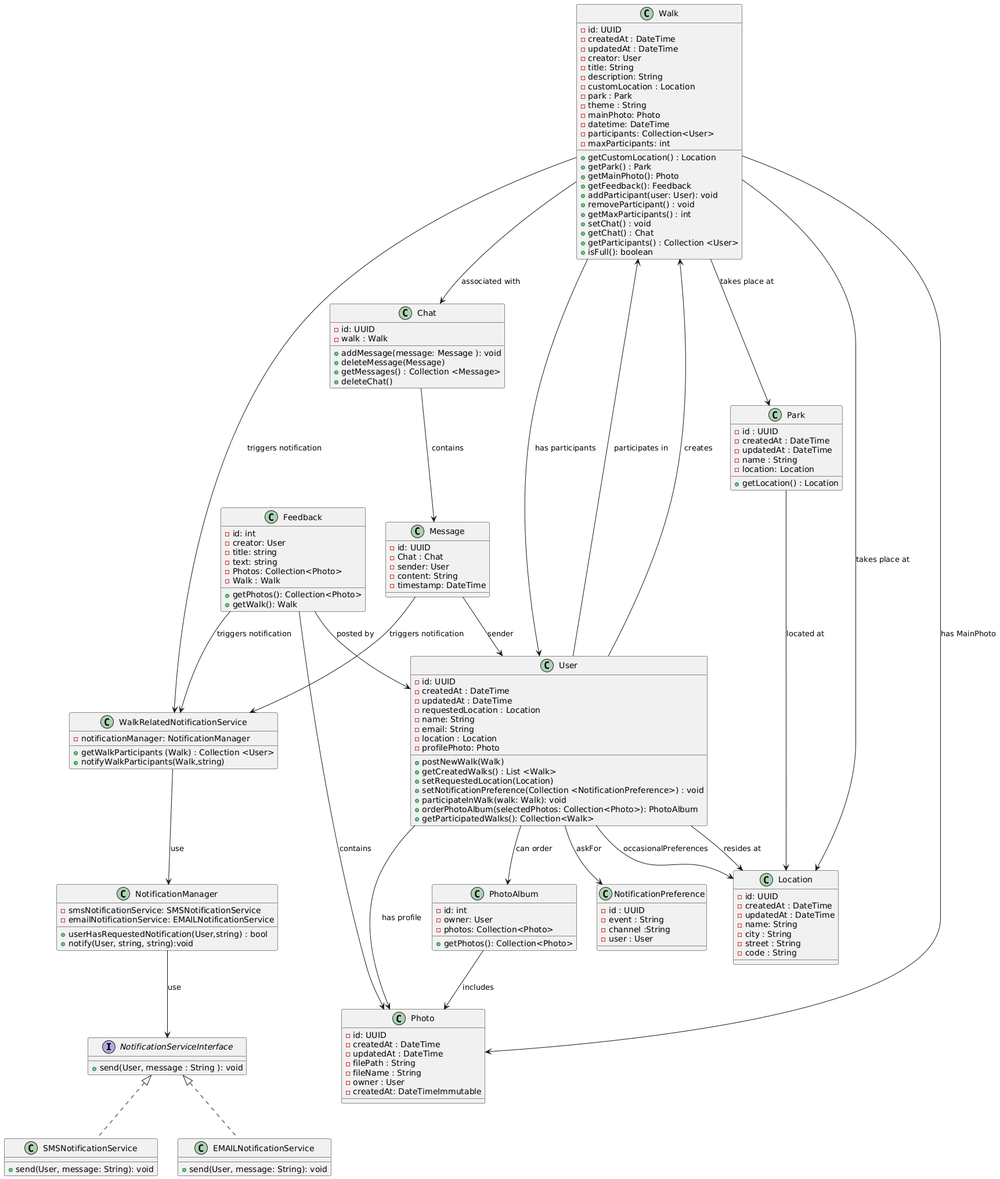
This is docsCDA/diagrammes/diagramclass_25032025.png from SarahHerberichs/Woofwalks_CDA, a PlantUML export, as it was before one commit.
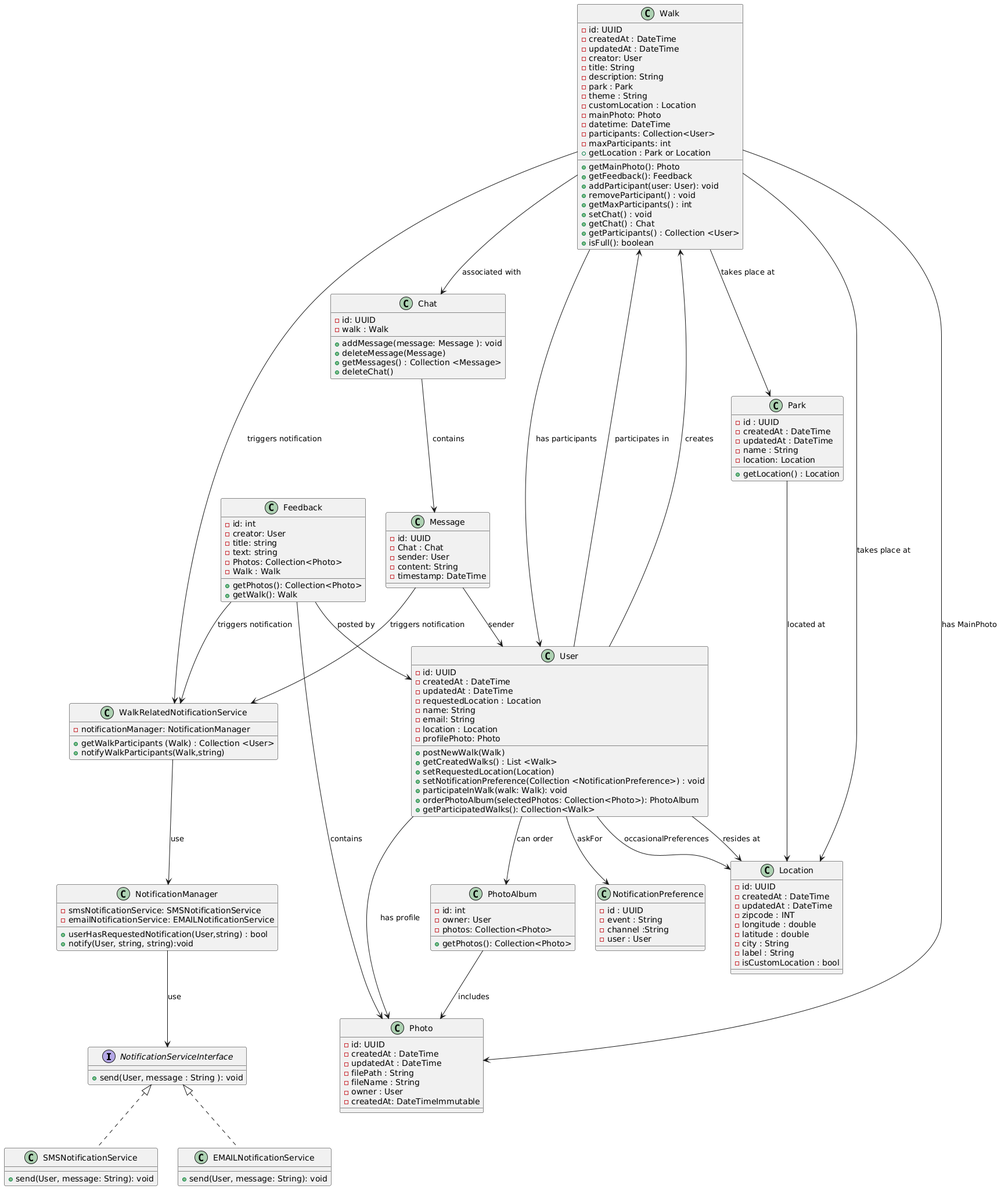
Above is the later version.

What changed in the source:
```diff
@@ -40,10 +40,12 @@
     - id: UUID
     - createdAt : DateTime
     - updatedAt : DateTime
-    - name: String
+    - zipcode : INT
+    - longitude : double
+    - latitude : double
     - city : String
-    - street : String
-    - code : String
+    - label : String
+    - isCustomLocation : bool
 }
 
 class Park {
@@ -62,15 +64,14 @@
     - creator: User
     - title: String
     - description: String
-    - customLocation : Location
     - park : Park
     - theme : String
+    - customLocation : Location
     - mainPhoto: Photo
     - datetime: DateTime
     - participants: Collection<User>
     - maxParticipants: int
-    + getCustomLocation() : Location
-    + getPark() : Park
+    + getLocation : Park or Location
     + getMainPhoto(): Photo
     + getFeedback(): Feedback
     + addParticipant(user: User): void
@@ -157,10 +158,10 @@
 User --> PhotoAlbum : can order
 
 Walk --> Photo : has MainPhoto
-Walk --> Location : takes place at
 Walk --> Park : takes place at
 Walk --> Chat : associated with
 Walk --> User : has participants
+Walk --> Location : takes place at
 
 Feedback --> User : posted by
 Feedback --> Photo : contains
```
